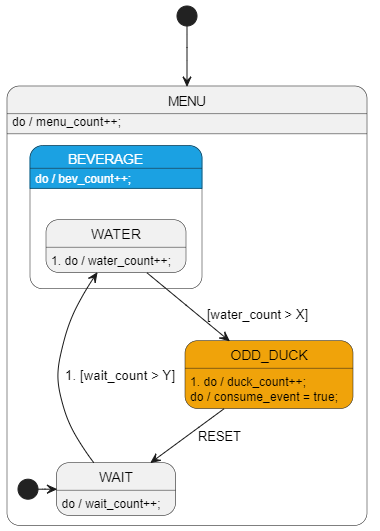
StateSmith/statesmith.github.io keeps this PlantUML diagram as docs/fundamentals-1/sim/do_1.png. Above is the earlier version. Its source is kept beside it as docs/fundamentals-1/sim/do_1.plantuml. Its diagram source:
```plantuml
@startuml do_1


state MENU {
    state WAIT
    state BEVERAGE <<blue>> {
        state WATER
    }
    [*] -> WAIT
    state ODD_DUCK <<gold>>
}


[*] --> MENU

MENU: do / menu_count++;
BEVERAGE: do / bev_count++;

WAIT: do / wait_count++;
WAIT --> WATER: 1. [wait_count > Y]

WATER: 1. do / water_count++;
WATER --> ODD_DUCK: [water_count > X]

ODD_DUCK: 1. do / duck_count++;
ODD_DUCK: do / consume_event = true;
ODD_DUCK --> WAIT: RESET


skinparam state {
    BackgroundColor<<red>> a20025
    FontColor<<red>> white
    BackgroundColor<<blue>> 1ba1e2
    FontColor<<blue>> white
    BackgroundColor<<gold>> f0a30a
    BackgroundColor<<dark>> 545454
    FontColor<<dark>> white
}



@enduml
```
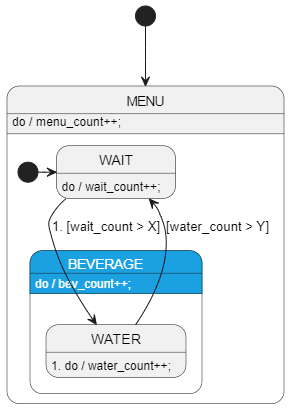
After the change.

Diff of the diagram source:
```diff
@@ -7,7 +7,6 @@
         state WATER
     }
     [*] -> WAIT
-    state ODD_DUCK <<gold>>
 }
 
 
@@ -17,15 +16,10 @@
 BEVERAGE: do / bev_count++;
 
 WAIT: do / wait_count++;
-WAIT --> WATER: 1. [wait_count > Y]
+WAIT --> WATER: 1. [wait_count > X]
 
 WATER: 1. do / water_count++;
-WATER --> ODD_DUCK: [water_count > X]
-
-ODD_DUCK: 1. do / duck_count++;
-ODD_DUCK: do / consume_event = true;
-ODD_DUCK --> WAIT: RESET
-
+WATER --> WAIT: [water_count > Y]
 
 skinparam state {
     BackgroundColor<<red>> a20025
```
